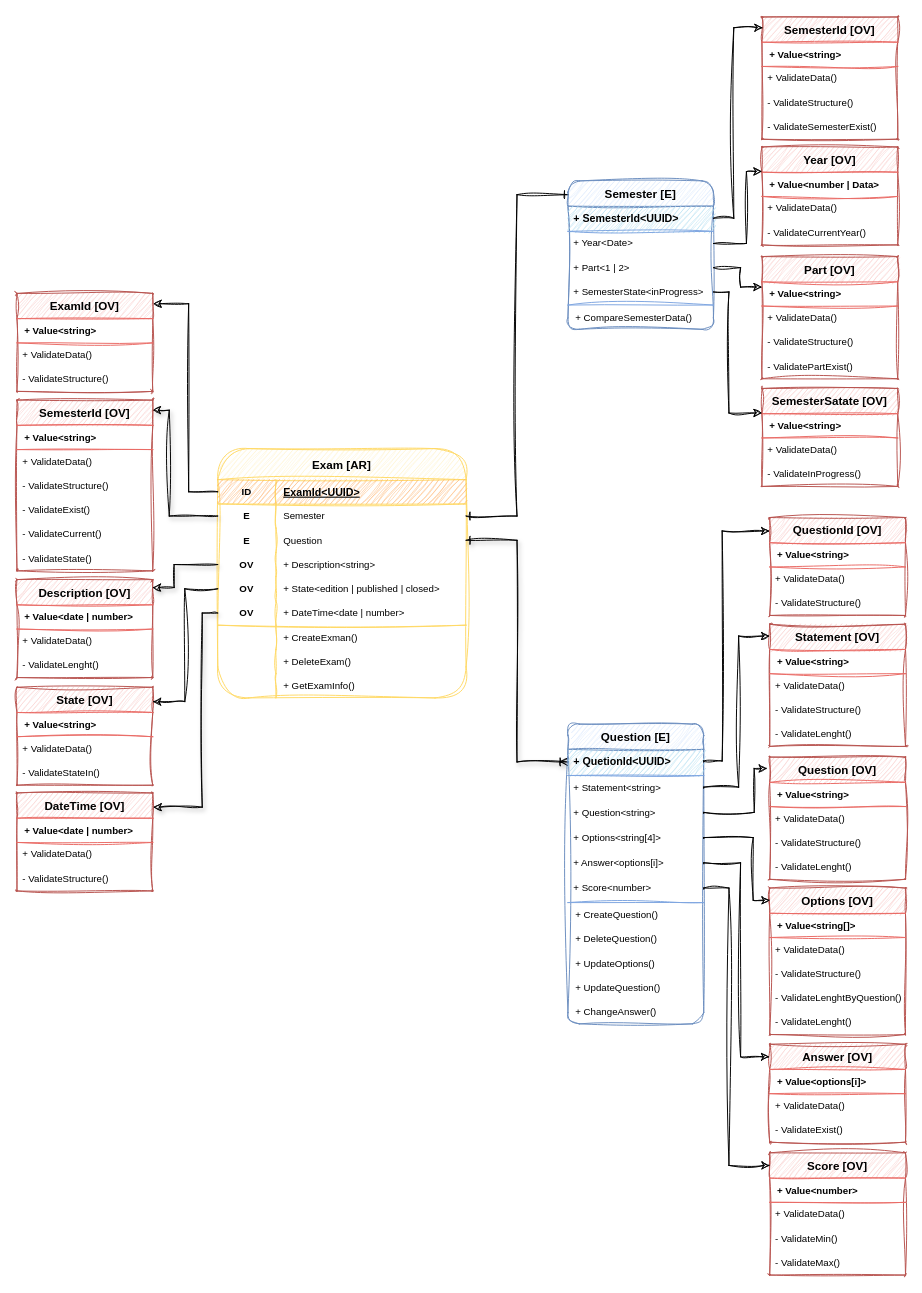
training-practice-sofkau/C1-2023-DDD-Colombia keeps this draw.io diagram as page "Exam <AR>" (2 of 5) of DDD University - Sofka.drawio. Above is the earlier version. Source tidied: cells renumbered, new cells numbered last; positions are measured from the earlier drawing's top-left corner, leaving out a move shared by most shapes. Both pictures are drawn from the tidied source at 97%, with x=0, y=0 at pixel (16, 16).
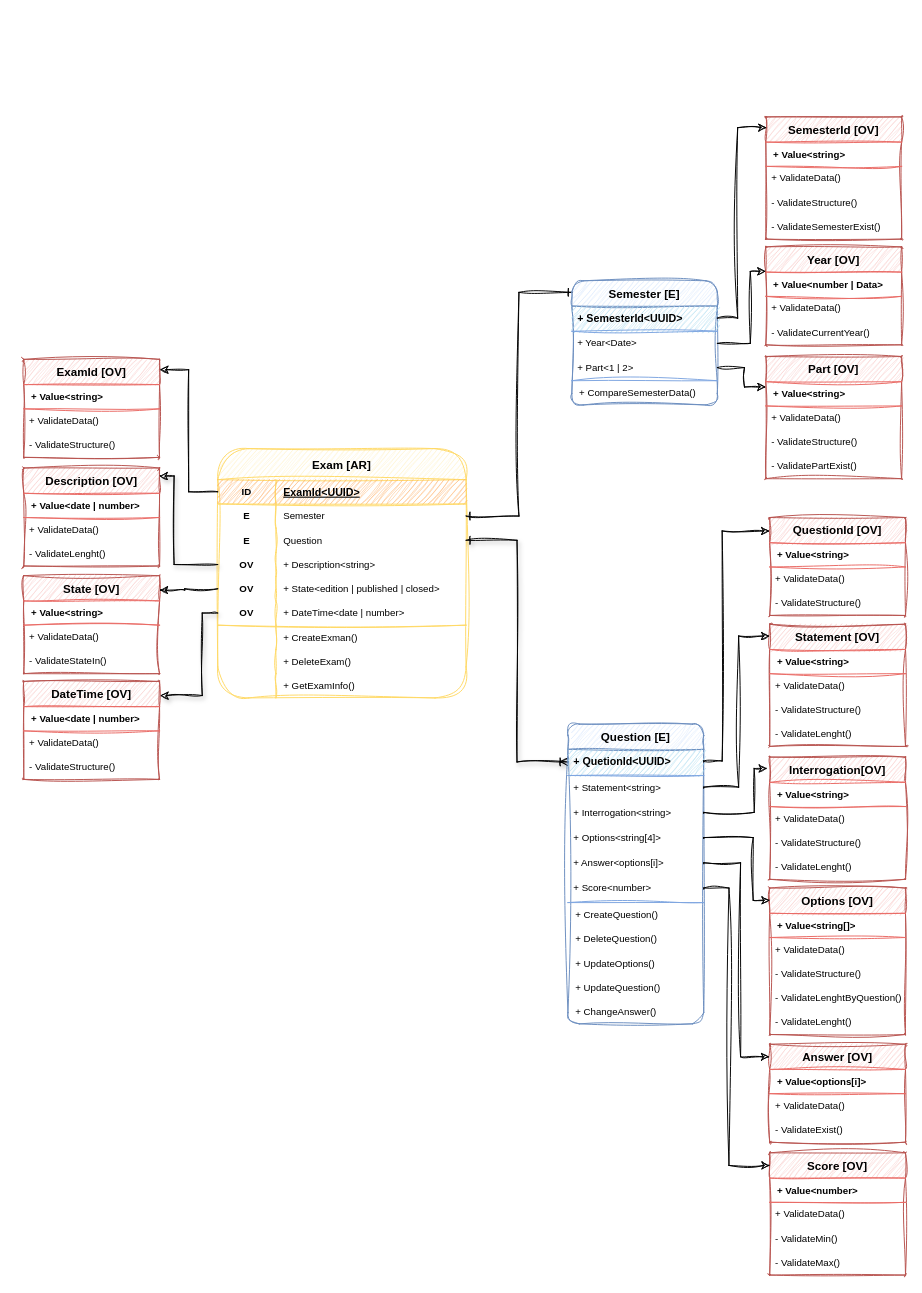
The same page after the edit.

Unchanged cells that the change refers to:
```xml
<mxCell id="3" style="shape=tableRow;horizontal=0;startSize=0;swimlaneHead=0;swimlaneBody=0;fillColor=#FFB570;points=[[0,0.5],[1,0.5]];portConstraint=eastwest;top=0;left=0;right=0;bottom=1;rounded=0;shadow=0;glass=0;sketch=1;fillStyle=auto;strokeColor=inherit;fontSize=10;curveFitting=1;jiggle=2;" parent="2" vertex="1">
  <mxGeometry y="32" width="256" height="25" as="geometry" />
</mxCell>
<mxCell id="6" style="shape=tableRow;horizontal=0;startSize=0;swimlaneHead=0;swimlaneBody=0;fillColor=none;points=[[0,0.5],[1,0.5]];portConstraint=eastwest;top=0;left=0;right=0;bottom=0;rounded=0;shadow=0;glass=0;dashed=1;sketch=1;fillStyle=auto;strokeColor=#FF99CC;fontSize=10;curveFitting=1;jiggle=2;" parent="2" vertex="1">
  <mxGeometry y="57" width="256" height="25" as="geometry" />
</mxCell>
<mxCell id="12" style="shape=tableRow;horizontal=0;startSize=0;swimlaneHead=0;swimlaneBody=0;fillColor=none;points=[[0,0.5],[1,0.5]];portConstraint=eastwest;top=0;left=0;right=0;bottom=0;rounded=0;shadow=0;glass=0;dashed=1;sketch=1;fillStyle=auto;strokeColor=#FF99CC;fontSize=10;curveFitting=1;jiggle=2;" parent="2" vertex="1">
  <mxGeometry y="107" width="256" height="25" as="geometry" />
</mxCell>
<mxCell id="15" style="shape=tableRow;horizontal=0;startSize=0;swimlaneHead=0;swimlaneBody=0;fillColor=none;points=[[0,0.5],[1,0.5]];portConstraint=eastwest;top=0;left=0;right=0;bottom=0;rounded=0;shadow=0;glass=0;dashed=1;sketch=1;fillStyle=auto;strokeColor=#FF99CC;fontSize=10;curveFitting=1;jiggle=2;" parent="2" vertex="1">
  <mxGeometry y="132" width="256" height="25" as="geometry" />
</mxCell>
<mxCell id="18" style="shape=tableRow;horizontal=0;startSize=0;swimlaneHead=0;swimlaneBody=0;fillColor=none;points=[[0,0.5],[1,0.5]];portConstraint=eastwest;top=0;left=0;right=0;bottom=1;rounded=0;shadow=0;glass=0;fillStyle=auto;strokeColor=#FFD966;fontSize=10;sketch=1;curveFitting=1;jiggle=2;" parent="2" vertex="1">
  <mxGeometry y="157" width="256" height="25" as="geometry" />
</mxCell>
<mxCell id="59" style="group;sketch=1;curveFitting=1;jiggle=2;" parent="1" vertex="1">
  <mxGeometry x="568" y="516" width="348" height="781" as="geometry" />
</mxCell>
<mxCell id="60" value="Question [E]" style="swimlane;fontStyle=1;horizontal=1;startSize=26;align=center;fontSize=12;rounded=1;shadow=0;glass=0;sketch=1;fillStyle=auto;strokeColor=#6c8ebf;fillColor=#dae8fc;noLabel=0;fixDash=0;swimlaneLine=1;labelBorderColor=none;curveFitting=1;jiggle=2;" parent="59" vertex="1">
  <mxGeometry y="213" width="140" height="309" as="geometry" />
</mxCell>
<mxCell id="111" value="+ SemesterId&lt;UUID&gt;" style="text;strokeColor=none;fillColor=#b1ddf0;align=left;verticalAlign=top;spacingLeft=4;spacingRight=4;overflow=hidden;points=[[0,0.5],[1,0.5]];portConstraint=eastwest;fontSize=11;fontStyle=1;sketch=1;curveFitting=1;jiggle=2;" parent="110" vertex="1">
  <mxGeometry y="26" width="150" height="25" as="geometry" />
</mxCell>
<mxCell id="113" value="+ Year&lt;Date&gt;" style="text;strokeColor=none;fillColor=none;align=left;verticalAlign=top;spacingLeft=4;spacingRight=4;overflow=hidden;points=[[0,0.5],[1,0.5]];portConstraint=eastwest;fontSize=10;sketch=1;curveFitting=1;jiggle=2;" parent="110" vertex="1">
  <mxGeometry y="52" width="150" height="25" as="geometry" />
</mxCell>
<mxCell id="114" value="+ Part&lt;1 | 2&gt;" style="text;strokeColor=none;fillColor=none;align=left;verticalAlign=top;spacingLeft=4;spacingRight=4;overflow=hidden;points=[[0,0.5],[1,0.5]];portConstraint=eastwest;fontSize=10;sketch=1;curveFitting=1;jiggle=2;" parent="110" vertex="1">
  <mxGeometry y="77" width="150" height="25" as="geometry" />
</mxCell>
```

Change to the diagram source:
```diff
@@
     <mxCell id="31" value="ExamId [OV]" style="swimlane;fontStyle=1;horizontal=1;startSize=26;align=center;fontSize=12;rounded=1;shadow=0;glass=0;sketch=1;fillStyle=auto;strokeColor=#b85450;fillColor=#f8cecc;arcSize=0;swimlaneLine=0;curveFitting=1;jiggle=2;" parent="1" vertex="1">
-      <mxGeometry y="285" width="140" height="101" as="geometry" />
+      <mxGeometry x="7" y="353" width="140" height="101" as="geometry" />
     </mxCell>
@@
-    <mxCell id="35" style="edgeStyle=orthogonalEdgeStyle;rounded=0;sketch=1;jettySize=auto;html=1;exitX=0;exitY=0.5;exitDx=0;exitDy=0;entryX=0.998;entryY=0.059;entryDx=0;entryDy=0;entryPerimeter=0;shadow=1;fontSize=10;startArrow=none;startFill=0;endArrow=classic;endFill=1;curveFitting=1;jiggle=2;" parent="1" edge="1" source="6" target="46">
-      <mxGeometry relative="1" as="geometry">
-        <Array as="points">
-          <mxPoint x="157" y="514" />
-          <mxPoint x="157" y="405" />
-        </Array>
-      </mxGeometry>
-    </mxCell>
     <mxCell id="36" value="DateTime [OV]" style="swimlane;fontStyle=1;horizontal=1;startSize=26;align=center;fontSize=12;rounded=1;shadow=0;glass=0;sketch=1;fillStyle=auto;strokeColor=#b85450;fillColor=#f8cecc;arcSize=0;swimlaneLine=0;curveFitting=1;jiggle=2;" parent="1" vertex="1">
-      <mxGeometry y="800" width="140" height="101" as="geometry" />
+      <mxGeometry x="7" y="685" width="140" height="101" as="geometry" />
     </mxCell>
@@
     <mxCell id="40" style="edgeStyle=orthogonalEdgeStyle;rounded=0;sketch=1;jettySize=auto;html=1;entryX=1.004;entryY=0.145;entryDx=0;entryDy=0;entryPerimeter=0;shadow=1;fontSize=10;startArrow=none;startFill=0;endArrow=classic;endFill=1;exitX=0;exitY=0.5;exitDx=0;exitDy=0;curveFitting=1;jiggle=2;" parent="1" edge="1" source="18" target="36">
       <mxGeometry relative="1" as="geometry">
         <Array as="points">
-          <mxPoint x="191" y="614" />
-          <mxPoint x="191" y="815" />
+          <mxPoint x="191" y="615" />
+          <mxPoint x="191" y="700" />
         </Array>
       </mxGeometry>
     </mxCell>
     <mxCell id="41" value="Description [OV]" style="swimlane;fontStyle=1;horizontal=1;startSize=26;align=center;fontSize=12;rounded=1;shadow=0;glass=0;sketch=1;fillStyle=auto;strokeColor=#b85450;fillColor=#f8cecc;arcSize=0;swimlaneLine=0;curveFitting=1;jiggle=2;" parent="1" vertex="1">
-      <mxGeometry y="580" width="140" height="101" as="geometry" />
+      <mxGeometry x="7" y="465" width="140" height="101" as="geometry" />
     </mxCell>
@@
     <mxCell id="45" style="edgeStyle=orthogonalEdgeStyle;rounded=0;sketch=1;jettySize=auto;html=1;exitX=0;exitY=0.5;exitDx=0;exitDy=0;entryX=0.998;entryY=0.081;entryDx=0;entryDy=0;entryPerimeter=0;shadow=1;fontSize=11;startArrow=none;startFill=0;endArrow=classic;endFill=1;curveFitting=1;jiggle=2;" parent="1" edge="1" source="12" target="41">
       <mxGeometry relative="1" as="geometry">
         <Array as="points">
-          <mxPoint x="162" y="564" />
-          <mxPoint x="162" y="588" />
+          <mxPoint x="162" y="565" />
+          <mxPoint x="162" y="473" />
         </Array>
       </mxGeometry>
     </mxCell>
-    <mxCell id="46" value="SemesterId [OV]" style="swimlane;fontStyle=1;horizontal=1;startSize=26;align=center;fontSize=12;rounded=1;shadow=0;glass=0;sketch=1;fillStyle=auto;strokeColor=#b85450;fillColor=#f8cecc;arcSize=0;swimlaneLine=0;curveFitting=1;jiggle=2;" parent="1" vertex="1">
-      <mxGeometry y="395" width="140" height="176" as="geometry" />
-    </mxCell>
-    <mxCell id="47" value="+ Value&lt;string&gt;" style="shape=partialRectangle;fillColor=none;top=1;left=0;bottom=1;right=0;align=left;spacingLeft=6;fontStyle=1;overflow=hidden;rounded=0;shadow=0;glass=0;sketch=1;fillStyle=auto;strokeColor=#EA6B66;fontSize=10;curveFitting=1;jiggle=2;" parent="46" vertex="1">
-      <mxGeometry y="26" width="140" height="25" as="geometry" />
-    </mxCell>
-    <mxCell id="48" value="+ ValidateData()" style="text;strokeColor=none;fillColor=none;spacingLeft=4;spacingRight=4;overflow=hidden;fontSize=10;sketch=1;curveFitting=1;jiggle=2;" parent="46" vertex="1">
-      <mxGeometry y="51" width="140" height="25" as="geometry" />
-    </mxCell>
-    <mxCell id="49" value="- ValidateStructure()" style="text;strokeColor=none;fillColor=none;spacingLeft=4;spacingRight=4;overflow=hidden;fontSize=10;sketch=1;curveFitting=1;jiggle=2;" parent="46" vertex="1">
-      <mxGeometry y="76" width="140" height="25" as="geometry" />
-    </mxCell>
-    <mxCell id="50" value="- ValidateExist()" style="text;strokeColor=none;fillColor=none;spacingLeft=4;spacingRight=4;overflow=hidden;fontSize=10;sketch=1;curveFitting=1;jiggle=2;" parent="46" vertex="1">
-      <mxGeometry y="101" width="140" height="25" as="geometry" />
-    </mxCell>
-    <mxCell id="51" value="- ValidateCurrent()" style="text;strokeColor=none;fillColor=none;spacingLeft=4;spacingRight=4;overflow=hidden;fontSize=10;sketch=1;curveFitting=1;jiggle=2;" parent="46" vertex="1">
-      <mxGeometry y="126" width="140" height="25" as="geometry" />
-    </mxCell>
-    <mxCell id="52" value="- ValidateState()" style="text;strokeColor=none;fillColor=none;spacingLeft=4;spacingRight=4;overflow=hidden;fontSize=10;sketch=1;curveFitting=1;jiggle=2;" parent="46" vertex="1">
-      <mxGeometry y="151" width="140" height="25" as="geometry" />
-    </mxCell>
     <mxCell id="53" style="edgeStyle=orthogonalEdgeStyle;rounded=0;sketch=1;jettySize=auto;html=1;exitX=0;exitY=0.5;exitDx=0;exitDy=0;entryX=1.003;entryY=0.105;entryDx=0;entryDy=0;entryPerimeter=0;startArrow=none;startFill=0;endArrow=classic;endFill=1;curveFitting=1;jiggle=2;" parent="1" edge="1" source="3" target="31">
       <mxGeometry relative="1" as="geometry">
         <Array as="points">
           <mxPoint x="177" y="490" />
-          <mxPoint x="177" y="296" />
+          <mxPoint x="177" y="364" />
         </Array>
       </mxGeometry>
     </mxCell>
     <mxCell id="54" value="State [OV]" style="swimlane;fontStyle=1;horizontal=1;startSize=26;align=center;fontSize=12;rounded=1;shadow=0;glass=0;sketch=1;fillStyle=auto;strokeColor=#b85450;fillColor=#f8cecc;arcSize=0;swimlaneLine=0;curveFitting=1;jiggle=2;" parent="1" vertex="1">
-      <mxGeometry y="691" width="140" height="101" as="geometry" />
+      <mxGeometry x="7" y="576" width="140" height="101" as="geometry" />
     </mxCell>
@@
-    <mxCell id="64" value="+ Question&lt;string&gt;" style="text;strokeColor=none;fillColor=none;align=left;verticalAlign=top;spacingLeft=4;spacingRight=4;overflow=hidden;points=[[0,0.5],[1,0.5]];portConstraint=eastwest;fontSize=10;sketch=1;curveFitting=1;jiggle=2;" parent="60" vertex="1">
+    <mxCell id="64" value="+ Interrogation&lt;string&gt;" style="text;strokeColor=none;fillColor=none;align=left;verticalAlign=top;spacingLeft=4;spacingRight=4;overflow=hidden;points=[[0,0.5],[1,0.5]];portConstraint=eastwest;fontSize=10;sketch=1;curveFitting=1;jiggle=2;" parent="60" vertex="1">
       <mxGeometry y="79" width="140" height="26" as="geometry" />
     </mxCell>
@@
-    <mxCell id="79" value="Question [OV]" style="swimlane;fontStyle=1;horizontal=1;startSize=26;align=center;fontSize=12;rounded=1;shadow=0;glass=0;sketch=1;fillStyle=auto;strokeColor=#b85450;fillColor=#f8cecc;arcSize=0;swimlaneLine=0;curveFitting=1;jiggle=2;" parent="59" vertex="1">
+    <mxCell id="79" value="Interrogation[OV]" style="swimlane;fontStyle=1;horizontal=1;startSize=26;align=center;fontSize=12;rounded=1;shadow=0;glass=0;sketch=1;fillStyle=auto;strokeColor=#b85450;fillColor=#f8cecc;arcSize=0;swimlaneLine=0;curveFitting=1;jiggle=2;" parent="59" vertex="1">
       <mxGeometry x="208" y="247" width="140" height="126" as="geometry" />
     </mxCell>
@@
-    <mxCell id="109" style="group;sketch=1;curveFitting=1;jiggle=2;" parent="1" vertex="1">
-      <mxGeometry x="568" width="340" height="484" as="geometry" />
-    </mxCell>
+    <mxCell id="140" style="edgeStyle=orthogonalEdgeStyle;rounded=0;sketch=1;jettySize=auto;html=1;exitX=0;exitY=0.5;exitDx=0;exitDy=0;entryX=1;entryY=0.147;entryDx=0;entryDy=0;entryPerimeter=0;curveFitting=1;jiggle=2;" parent="1" edge="1" source="15" target="54">
+      <mxGeometry relative="1" as="geometry">
+        <Array as="points">
+          <mxPoint x="173" y="590" />
+          <mxPoint x="173" y="591" />
+        </Array>
+      </mxGeometry>
+    </mxCell>
+    <mxCell id="141" style="group;" parent="1" vertex="1">
+      <mxGeometry x="572" y="103" width="340" height="373" as="geometry" />
+    </mxCell>
-    <mxCell id="110" value="Semester [E]" style="swimlane;fontStyle=1;horizontal=1;startSize=26;align=center;fontSize=12;rounded=1;shadow=0;glass=0;sketch=1;fillStyle=auto;strokeColor=#6c8ebf;fillColor=#dae8fc;noLabel=0;fixDash=0;swimlaneLine=1;labelBorderColor=none;curveFitting=1;jiggle=2;" parent="109" vertex="1">
-      <mxGeometry y="169" width="150" height="153" as="geometry" />
+    <mxCell id="110" value="Semester [E]" style="swimlane;fontStyle=1;horizontal=1;startSize=26;align=center;fontSize=12;rounded=1;shadow=0;glass=0;sketch=1;fillStyle=auto;strokeColor=#6c8ebf;fillColor=#dae8fc;noLabel=0;fixDash=0;swimlaneLine=1;labelBorderColor=none;curveFitting=1;jiggle=2;" parent="141" vertex="1">
+      <mxGeometry y="169" width="150" height="128" as="geometry" />
     </mxCell>
@@
-    <mxCell id="115" value="+ SemesterState&lt;inProgress&gt;" style="text;strokeColor=none;fillColor=none;align=left;verticalAlign=top;spacingLeft=4;spacingRight=4;overflow=hidden;points=[[0,0.5],[1,0.5]];portConstraint=eastwest;fontSize=10;sketch=1;curveFitting=1;jiggle=2;" parent="110" vertex="1">
-      <mxGeometry y="102" width="150" height="25" as="geometry" />
-    </mxCell>
     <mxCell id="116" style="shape=partialRectangle;fillColor=none;top=0;left=0;bottom=1;right=0;align=left;spacingLeft=6;fontStyle=0;overflow=hidden;rounded=0;shadow=0;glass=0;sketch=1;fillStyle=auto;strokeColor=#7EA6E0;fontSize=10;curveFitting=1;jiggle=2;" parent="110" vertex="1">
-      <mxGeometry y="127" width="150" height="1" as="geometry" />
+      <mxGeometry y="102" width="150" height="1" as="geometry" />
     </mxCell>
     <mxCell id="117" value="+ CompareSemesterData()" style="shape=partialRectangle;fillColor=none;top=0;left=0;bottom=0;right=0;align=left;spacingLeft=6;fontStyle=0;overflow=hidden;rounded=0;shadow=0;glass=0;dashed=1;sketch=1;fillStyle=auto;strokeColor=#FF99CC;fontSize=10;curveFitting=1;jiggle=2;" parent="110" vertex="1">
-      <mxGeometry y="128" width="150" height="25" as="geometry" />
+      <mxGeometry y="103" width="150" height="25" as="geometry" />
     </mxCell>
-    <mxCell id="118" value="SemesterId [OV]" style="swimlane;fontStyle=1;horizontal=1;startSize=26;align=center;fontSize=12;rounded=1;shadow=0;glass=0;sketch=1;fillStyle=auto;strokeColor=#b85450;fillColor=#f8cecc;arcSize=0;swimlaneLine=0;curveFitting=1;jiggle=2;" parent="109" vertex="1">
+    <mxCell id="118" value="SemesterId [OV]" style="swimlane;fontStyle=1;horizontal=1;startSize=26;align=center;fontSize=12;rounded=1;shadow=0;glass=0;sketch=1;fillStyle=auto;strokeColor=#b85450;fillColor=#f8cecc;arcSize=0;swimlaneLine=0;curveFitting=1;jiggle=2;" parent="141" vertex="1">
       <mxGeometry x="200" width="140" height="126" as="geometry" />
     </mxCell>
@@
-    <mxCell id="123" style="edgeStyle=orthogonalEdgeStyle;rounded=0;sketch=1;jettySize=auto;html=1;exitX=1;exitY=0.5;exitDx=0;exitDy=0;entryX=0.007;entryY=0.088;entryDx=0;entryDy=0;entryPerimeter=0;curveFitting=1;jiggle=2;" parent="109" edge="1" source="111" target="118">
+    <mxCell id="123" style="edgeStyle=orthogonalEdgeStyle;rounded=0;sketch=1;jettySize=auto;html=1;exitX=1;exitY=0.5;exitDx=0;exitDy=0;entryX=0.007;entryY=0.088;entryDx=0;entryDy=0;entryPerimeter=0;curveFitting=1;jiggle=2;" parent="141" edge="1" source="111" target="118">
       <mxGeometry relative="1" as="geometry">
         <Array as="points">
           <mxPoint x="171" y="208" />
           <mxPoint x="171" y="11" />
         </Array>
       </mxGeometry>
     </mxCell>
-    <mxCell id="124" value="Part [OV]" style="swimlane;fontStyle=1;horizontal=1;startSize=26;align=center;fontSize=12;rounded=1;shadow=0;glass=0;sketch=1;fillStyle=auto;strokeColor=#b85450;fillColor=#f8cecc;arcSize=0;swimlaneLine=0;curveFitting=1;jiggle=2;" parent="109" vertex="1">
+    <mxCell id="124" value="Part [OV]" style="swimlane;fontStyle=1;horizontal=1;startSize=26;align=center;fontSize=12;rounded=1;shadow=0;glass=0;sketch=1;fillStyle=auto;strokeColor=#b85450;fillColor=#f8cecc;arcSize=0;swimlaneLine=0;curveFitting=1;jiggle=2;" parent="141" vertex="1">
       <mxGeometry x="200" y="247" width="140" height="126" as="geometry" />
     </mxCell>
@@
-    <mxCell id="129" value="Year [OV]" style="swimlane;fontStyle=1;horizontal=1;startSize=26;align=center;fontSize=12;rounded=1;shadow=0;glass=0;sketch=1;fillStyle=auto;strokeColor=#b85450;fillColor=#f8cecc;arcSize=0;swimlaneLine=0;curveFitting=1;jiggle=2;" parent="109" vertex="1">
+    <mxCell id="129" value="Year [OV]" style="swimlane;fontStyle=1;horizontal=1;startSize=26;align=center;fontSize=12;rounded=1;shadow=0;glass=0;sketch=1;fillStyle=auto;strokeColor=#b85450;fillColor=#f8cecc;arcSize=0;swimlaneLine=0;curveFitting=1;jiggle=2;" parent="141" vertex="1">
       <mxGeometry x="200" y="134" width="140" height="101" as="geometry" />
     </mxCell>
@@
-    <mxCell id="133" style="edgeStyle=orthogonalEdgeStyle;rounded=0;sketch=1;jettySize=auto;html=1;exitX=1;exitY=0.5;exitDx=0;exitDy=0;entryX=0;entryY=0.25;entryDx=0;entryDy=0;curveFitting=1;jiggle=2;" parent="109" edge="1" source="113" target="129">
+    <mxCell id="133" style="edgeStyle=orthogonalEdgeStyle;rounded=0;sketch=1;jettySize=auto;html=1;exitX=1;exitY=0.5;exitDx=0;exitDy=0;entryX=0;entryY=0.25;entryDx=0;entryDy=0;curveFitting=1;jiggle=2;" parent="141" edge="1" source="113" target="129">
       <mxGeometry relative="1" as="geometry">
         <Array as="points">
           <mxPoint x="184" y="234" />
           <mxPoint x="184" y="159" />
         </Array>
       </mxGeometry>
     </mxCell>
-    <mxCell id="134" style="edgeStyle=orthogonalEdgeStyle;rounded=0;sketch=1;jettySize=auto;html=1;exitX=1;exitY=0.5;exitDx=0;exitDy=0;entryX=0;entryY=0.25;entryDx=0;entryDy=0;curveFitting=1;jiggle=2;" parent="109" edge="1" source="114" target="124">
+    <mxCell id="134" style="edgeStyle=orthogonalEdgeStyle;rounded=0;sketch=1;jettySize=auto;html=1;exitX=1;exitY=0.5;exitDx=0;exitDy=0;entryX=0;entryY=0.25;entryDx=0;entryDy=0;curveFitting=1;jiggle=2;" parent="141" edge="1" source="114" target="124">
       <mxGeometry relative="1" as="geometry">
         <Array as="points">
           <mxPoint x="178" y="258" />
           <mxPoint x="178" y="278" />
         </Array>
       </mxGeometry>
     </mxCell>
-    <mxCell id="135" value="SemesterSatate [OV]" style="swimlane;fontStyle=1;horizontal=1;startSize=26;align=center;fontSize=12;rounded=1;shadow=0;glass=0;sketch=1;fillStyle=auto;strokeColor=#b85450;fillColor=#f8cecc;arcSize=0;swimlaneLine=0;curveFitting=1;jiggle=2;" parent="109" vertex="1">
-      <mxGeometry x="200" y="383" width="140" height="101" as="geometry" />
-    </mxCell>
-    <mxCell id="136" value="+ Value&lt;string&gt;" style="shape=partialRectangle;fillColor=none;top=1;left=0;bottom=1;right=0;align=left;spacingLeft=6;fontStyle=1;overflow=hidden;rounded=0;shadow=0;glass=0;sketch=1;fillStyle=auto;strokeColor=#EA6B66;fontSize=10;curveFitting=1;jiggle=2;" parent="135" vertex="1">
-      <mxGeometry y="26" width="140" height="25" as="geometry" />
-    </mxCell>
-    <mxCell id="137" value="+ ValidateData()" style="text;strokeColor=none;fillColor=none;spacingLeft=4;spacingRight=4;overflow=hidden;fontSize=10;sketch=1;curveFitting=1;jiggle=2;" parent="135" vertex="1">
-      <mxGeometry y="51" width="140" height="25" as="geometry" />
-    </mxCell>
-    <mxCell id="138" value="- ValidateInProgress()" style="text;strokeColor=none;fillColor=none;spacingLeft=4;spacingRight=4;overflow=hidden;fontSize=10;sketch=1;curveFitting=1;jiggle=2;" parent="135" vertex="1">
-      <mxGeometry y="76" width="140" height="25" as="geometry" />
-    </mxCell>
-    <mxCell id="139" style="edgeStyle=orthogonalEdgeStyle;rounded=0;sketch=1;jettySize=auto;html=1;exitX=1;exitY=0.5;exitDx=0;exitDy=0;entryX=0;entryY=0.25;entryDx=0;entryDy=0;curveFitting=1;jiggle=2;" parent="109" edge="1" source="115" target="135">
-      <mxGeometry relative="1" as="geometry">
-        <Array as="points">
-          <mxPoint x="166" y="284" />
-          <mxPoint x="166" y="408" />
-        </Array>
-      </mxGeometry>
-    </mxCell>
-    <mxCell id="140" style="edgeStyle=orthogonalEdgeStyle;rounded=0;sketch=1;jettySize=auto;html=1;exitX=0;exitY=0.5;exitDx=0;exitDy=0;entryX=1;entryY=0.147;entryDx=0;entryDy=0;entryPerimeter=0;curveFitting=1;jiggle=2;" parent="1" edge="1" source="15" target="54">
-      <mxGeometry relative="1" as="geometry">
-        <Array as="points">
-          <mxPoint x="173" y="590" />
-          <mxPoint x="173" y="706" />
-        </Array>
-      </mxGeometry>
-    </mxCell>
```
